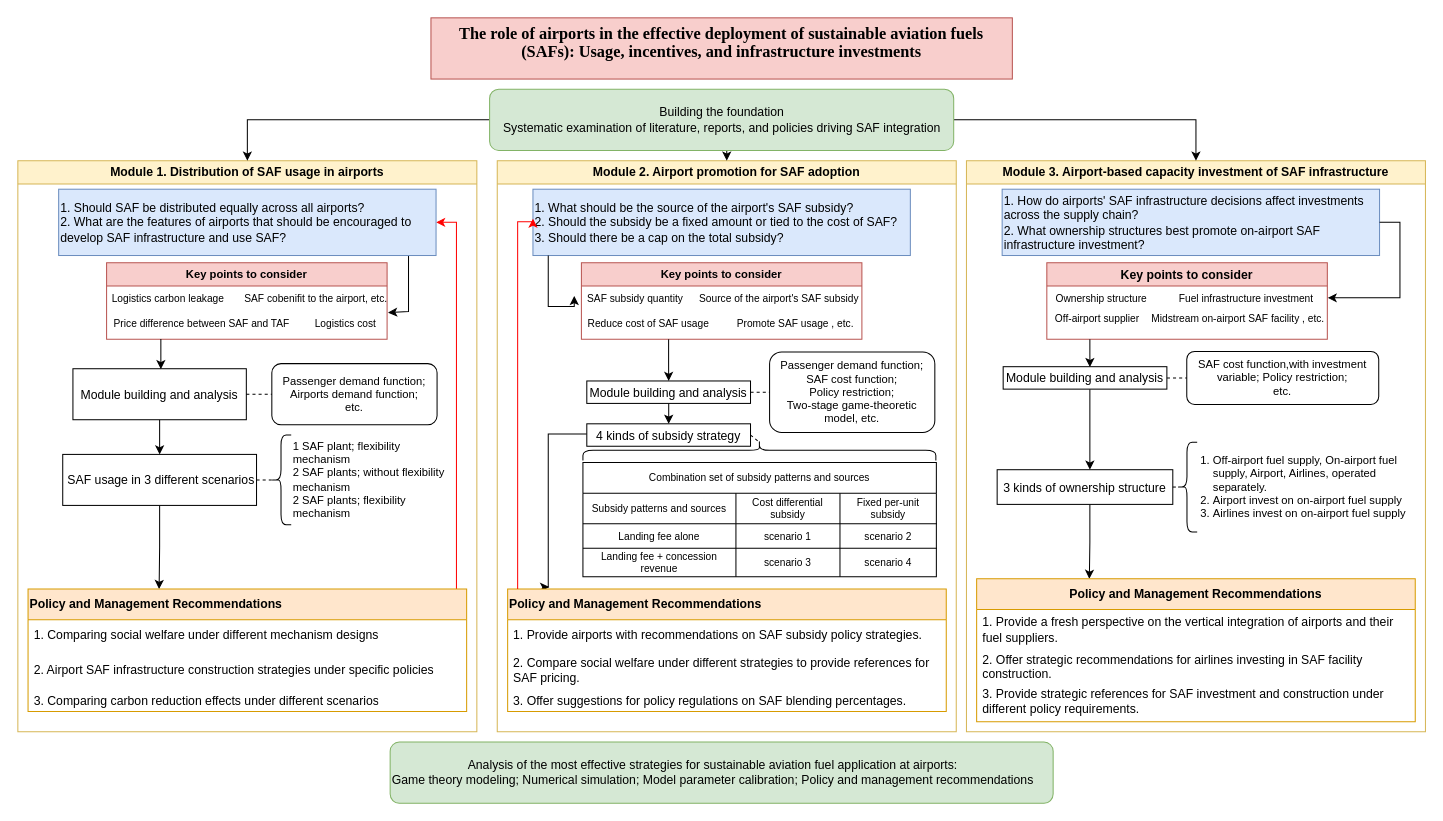
Above: 技术路线图.drawio in HengfeiMa95/paper-reading (draw.io), before the change. Source tidied: cells renumbered, new cells numbered last; positions are measured from the earlier drawing's top-left corner, leaving out a move shared by most shapes. Both pictures are drawn from the tidied source at 102%, with x=0, y=0 at pixel (17, 17).
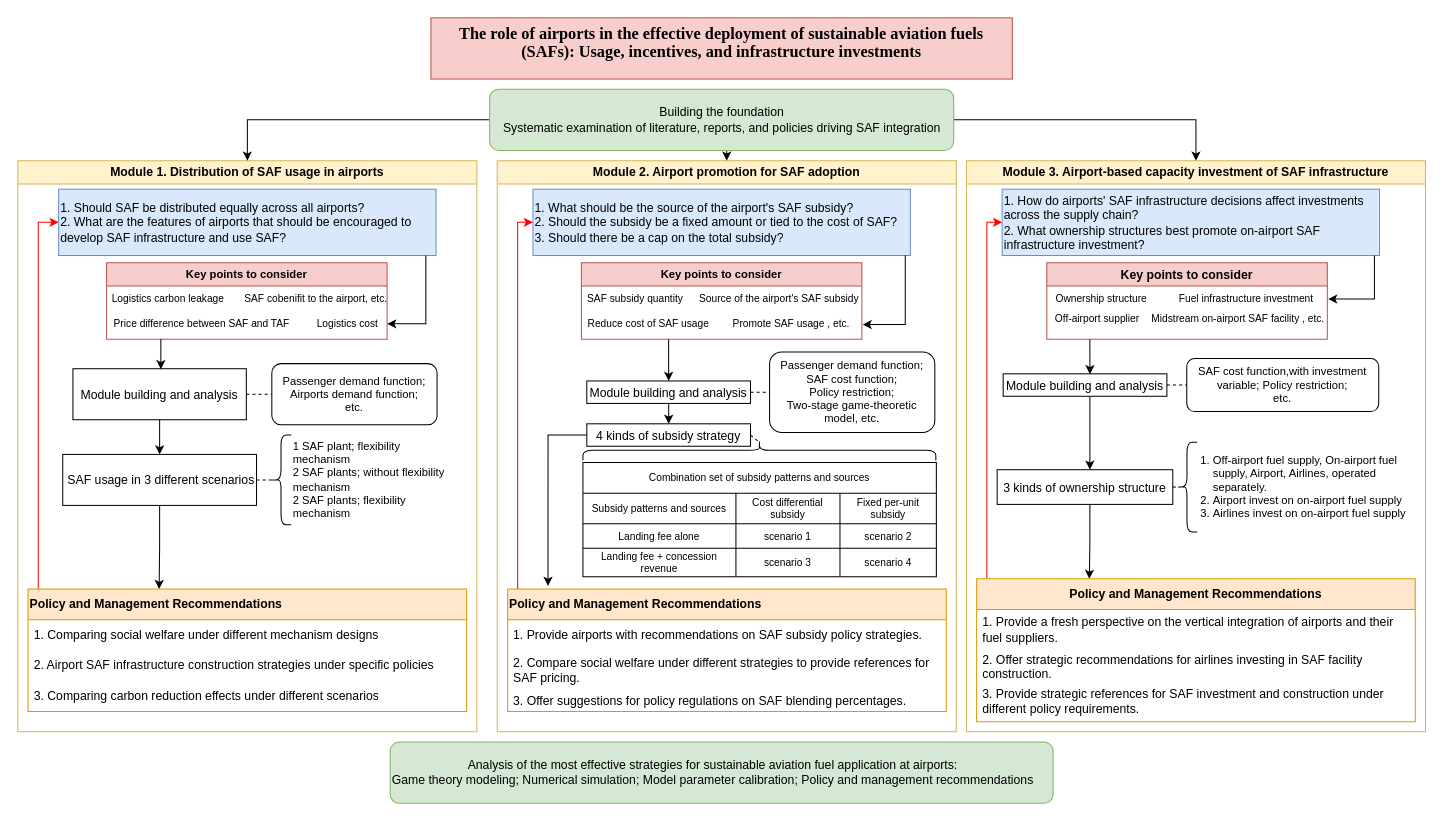
Above is the later version.

Commit message:
Update 技术路线图.drawio

Unchanged cells that the change refers to:
```xml
<mxCell id="2" value="Module 1. Distribution of SAF usage in airports" style="swimlane;whiteSpace=wrap;fillColor=#fff2cc;strokeColor=#d6b656;" parent="1" vertex="1">
  <mxGeometry y="140" width="450" height="560" as="geometry" />
</mxCell>
<mxCell id="12" value="&lt;span style=&quot;font-weight: 700; text-align: -webkit-center;&quot;&gt;Policy and Management Recommendations&lt;/span&gt;" style="swimlane;fontStyle=0;horizontal=1;startSize=30;whiteSpace=wrap;html=1;align=left;verticalAlign=middle;fontFamily=Helvetica;fontSize=12;fillColor=#ffe6cc;strokeColor=#d79b00;" parent="2" vertex="1">
  <mxGeometry x="10" y="420" width="430" height="120" as="geometry" />
</mxCell>
<mxCell id="17" value="1. Should SAF be distributed equally across all airports?&amp;nbsp;&lt;div&gt;&lt;span style=&quot;background-color: initial;&quot;&gt;2. What are the features of airports that should be encouraged to develop SAF infrastructure and use SAF?&lt;/span&gt;&lt;br&gt;&lt;/div&gt;" style="text;strokeColor=#6c8ebf;fillColor=#dae8fc;html=1;whiteSpace=wrap;verticalAlign=middle;overflow=hidden;" parent="2" vertex="1">
  <mxGeometry x="40" y="28" width="370" height="65" as="geometry" />
</mxCell>
<mxCell id="19" value="Key points to consider" style="swimlane;fillColor=#f8cecc;strokeColor=#b85450;fontSize=11;" parent="2" vertex="1">
  <mxGeometry x="87" y="100" width="275" height="75" as="geometry" />
</mxCell>
<mxCell id="25" value="Module 2. Airport promotion for SAF adoption" style="swimlane;whiteSpace=wrap;fillColor=#fff2cc;strokeColor=#d6b656;" parent="1" vertex="1">
  <mxGeometry x="470" y="140" width="450" height="560" as="geometry" />
</mxCell>
<mxCell id="26" value="1. What should be the source of the airport's SAF subsidy?&amp;nbsp;&lt;div&gt;2. Should the subsidy be a fixed amount or tied to the cost of SAF?&amp;nbsp;&lt;/div&gt;&lt;div&gt;3. Should there be a cap on the total subsidy?&lt;/div&gt;" style="text;strokeColor=#6c8ebf;fillColor=#dae8fc;html=1;whiteSpace=wrap;verticalAlign=middle;overflow=hidden;" parent="25" vertex="1">
  <mxGeometry x="35" y="28" width="370" height="65" as="geometry" />
</mxCell>
<mxCell id="30" value="4 kinds of subsidy strategy" parent="25" vertex="1">
  <mxGeometry x="87.8" y="258" width="160.5" height="22" as="geometry" />
</mxCell>
<mxCell id="48" value="&lt;span style=&quot;font-weight: 700; text-align: -webkit-center;&quot;&gt;Policy and Management Recommendations&lt;/span&gt;" style="swimlane;fontStyle=0;horizontal=1;startSize=30;whiteSpace=wrap;html=1;align=left;verticalAlign=middle;fontFamily=Helvetica;fontSize=12;fillColor=#ffe6cc;strokeColor=#d79b00;" parent="25" vertex="1">
  <mxGeometry x="10.2" y="420" width="430" height="120" as="geometry" />
</mxCell>
<mxCell id="52" value="Key points to consider" style="swimlane;fillColor=#f8cecc;strokeColor=#b85450;fontSize=11;" parent="25" vertex="1">
  <mxGeometry x="82.5" y="100" width="275" height="75" as="geometry" />
</mxCell>
<mxCell id="54" value="&lt;span style=&quot;font-size: 10px;&quot;&gt;SAF subsidy quantity&lt;/span&gt;" style="text;html=1;align=center;verticalAlign=middle;points=[];strokeColor=none;fillColor=none;fontSize=10;" parent="52" vertex="1">
  <mxGeometry x="-8" y="20" width="120" height="30" as="geometry" />
</mxCell>
<mxCell id="60" value="Module 3. Airport-based capacity investment of SAF infrastructure" style="swimlane;whiteSpace=wrap;fillColor=#fff2cc;strokeColor=#d6b656;" parent="1" vertex="1">
  <mxGeometry x="930" y="140" width="450" height="560" as="geometry" />
</mxCell>
<mxCell id="61" value="&lt;div&gt;1. How do airports' SAF infrastructure decisions affect investments across the supply chain?&lt;/div&gt;&lt;div&gt;2. What ownership structures best promote on-airport SAF infrastructure investment?&lt;/div&gt;" style="text;strokeColor=#6c8ebf;fillColor=#dae8fc;html=1;whiteSpace=wrap;verticalAlign=middle;overflow=hidden;" parent="60" vertex="1">
  <mxGeometry x="35" y="28" width="370" height="65" as="geometry" />
</mxCell>
<mxCell id="70" value="&lt;span style=&quot;font-weight: 700;&quot;&gt;Policy and Management Recommendations&lt;/span&gt;" style="swimlane;fontStyle=0;horizontal=1;startSize=30;whiteSpace=wrap;html=1;align=center;verticalAlign=middle;fontFamily=Helvetica;fontSize=12;fillColor=#ffe6cc;strokeColor=#d79b00;" parent="60" vertex="1">
  <mxGeometry x="10" y="410" width="430" height="140" as="geometry" />
</mxCell>
<mxCell id="75" value="Key points to consider" style="swimlane;fillColor=#f8cecc;strokeColor=#b85450;" parent="60" vertex="1">
  <mxGeometry x="78.8" y="100" width="275" height="75" as="geometry" />
</mxCell>
<mxCell id="77" value="&lt;font style=&quot;font-size: 10px;&quot;&gt;Fuel infrastructure investment&lt;/font&gt;" style="text;html=1;align=center;verticalAlign=middle;points=[];strokeColor=none;fillColor=none;fontSize=9;" parent="75" vertex="1">
  <mxGeometry x="115" y="20" width="160" height="30" as="geometry" />
</mxCell>
```

The edit, as a diff of the source:
```diff
@@
-    <mxCell id="11" style="edgeStyle=orthogonalEdgeStyle;rounded=0;jettySize=auto;html=1;entryX=1;entryY=0.5;entryDx=0;entryDy=0;strokeColor=#FF0000;" parent="2" edge="1" source="12" target="17">
+    <mxCell id="11" style="edgeStyle=orthogonalEdgeStyle;rounded=0;jettySize=auto;html=1;entryX=0;entryY=0.5;entryDx=0;entryDy=0;strokeColor=#FF0000;" parent="2" edge="1" source="12" target="17">
       <mxGeometry relative="1" as="geometry">
         <Array as="points">
-          <mxPoint x="430" y="61" />
+          <mxPoint x="20" y="60" />
         </Array>
       </mxGeometry>
     </mxCell>
@@
     <mxCell id="14" value="2. Airport SAF infrastructure construction strategies under specific policies" style="text;strokeColor=none;fillColor=none;align=left;verticalAlign=middle;spacingLeft=4;spacingRight=4;overflow=hidden;whiteSpace=wrap;html=1;fontFamily=Helvetica;fontSize=12;fontColor=default;" parent="12" vertex="1">
-      <mxGeometry y="60" width="430" height="40" as="geometry" />
+      <mxGeometry y="60" width="430" height="30" as="geometry" />
     </mxCell>
     <mxCell id="15" value="3. Comparing carbon reduction effects under different scenarios" style="text;strokeColor=none;fillColor=none;align=left;verticalAlign=middle;spacingLeft=4;spacingRight=4;overflow=hidden;whiteSpace=wrap;html=1;fontFamily=Helvetica;fontSize=12;fontColor=default;" parent="12" vertex="1">
-      <mxGeometry y="100" width="430" height="20" as="geometry" />
+      <mxGeometry y="90" width="430" height="30" as="geometry" />
     </mxCell>
-    <mxCell id="16" style="edgeStyle=orthogonalEdgeStyle;rounded=0;orthogonalLoop=1;jettySize=auto;html=1;entryX=1;entryY=0.5;entryDx=0;entryDy=0;" parent="2" edge="1">
-      <mxGeometry relative="1" as="geometry">
-        <mxPoint x="383" y="91" as="sourcePoint" />
-        <mxPoint x="363" y="149" as="targetPoint" />
-        <Array as="points">
-          <mxPoint x="383" y="148" />
-        </Array>
-      </mxGeometry>
-    </mxCell>
@@
     <mxCell id="22" value="Logistics cost" style="text;html=1;align=center;verticalAlign=middle;points=[];strokeColor=none;fillColor=none;fontSize=10;" parent="19" vertex="1">
-      <mxGeometry x="194" y="45" width="80" height="30" as="geometry" />
+      <mxGeometry x="196" y="45" width="80" height="30" as="geometry" />
     </mxCell>
@@
+    <mxCell id="88" style="edgeStyle=orthogonalEdgeStyle;rounded=0;jettySize=auto;html=1;entryX=0.988;entryY=0.5;entryDx=0;entryDy=0;entryPerimeter=0;" parent="2" edge="1" source="17" target="22">
+      <mxGeometry relative="1" as="geometry">
+        <Array as="points">
+          <mxPoint x="400" y="160" />
+        </Array>
+      </mxGeometry>
+    </mxCell>
@@
-    <mxCell id="29" style="edgeStyle=orthogonalEdgeStyle;rounded=0;jettySize=auto;html=1;entryX=0.095;entryY=-0.017;entryDx=0;entryDy=0;entryPerimeter=0;" parent="25" edge="1" target="48">
-      <mxGeometry relative="1" as="geometry">
-        <mxPoint x="87.8" y="268" as="sourcePoint" />
-        <Array as="points">
-          <mxPoint x="50" y="268" />
-        </Array>
-      </mxGeometry>
-    </mxCell>
@@
     <mxCell id="53" value="Promote SAF usage , etc." style="text;html=1;align=center;verticalAlign=middle;points=[];strokeColor=none;fillColor=none;fontSize=10;" parent="52" vertex="1">
-      <mxGeometry x="139" y="45" width="140" height="30" as="geometry" />
+      <mxGeometry x="135" y="45" width="140" height="30" as="geometry" />
     </mxCell>
@@
-    <mxCell id="58" style="edgeStyle=orthogonalEdgeStyle;rounded=0;jettySize=auto;html=1;entryX=0.008;entryY=0.421;entryDx=0;entryDy=0;entryPerimeter=0;" parent="25" edge="1" source="26" target="54">
-      <mxGeometry relative="1" as="geometry">
-        <Array as="points">
-          <mxPoint x="50" y="143" />
-        </Array>
-      </mxGeometry>
-    </mxCell>
-    <mxCell id="59" style="edgeStyle=orthogonalEdgeStyle;rounded=0;jettySize=auto;html=1;entryX=0;entryY=0.444;entryDx=0;entryDy=0;entryPerimeter=0;strokeColor=#FF0000;" parent="25" edge="1" source="48" target="26">
+    <mxCell id="59" style="edgeStyle=orthogonalEdgeStyle;rounded=0;jettySize=auto;html=1;entryX=0;entryY=0.5;entryDx=0;entryDy=0;strokeColor=#FF0000;" parent="25" edge="1" source="48" target="26">
       <mxGeometry relative="1" as="geometry">
         <Array as="points">
-          <mxPoint x="20" y="60" />
+          <mxPoint x="20" y="61" />
         </Array>
       </mxGeometry>
     </mxCell>
+    <mxCell id="89" style="edgeStyle=orthogonalEdgeStyle;rounded=0;jettySize=auto;html=1;entryX=0.092;entryY=-0.025;entryDx=0;entryDy=0;entryPerimeter=0;" parent="25" edge="1" source="30" target="48">
+      <mxGeometry relative="1" as="geometry">
+        <Array as="points">
+          <mxPoint x="50" y="269" />
+        </Array>
+      </mxGeometry>
+    </mxCell>
+    <mxCell id="90" style="edgeStyle=orthogonalEdgeStyle;rounded=0;jettySize=auto;html=1;entryX=1.005;entryY=0.524;entryDx=0;entryDy=0;entryPerimeter=0;" parent="25" edge="1" source="26" target="53">
+      <mxGeometry relative="1" as="geometry">
+        <Array as="points">
+          <mxPoint x="400" y="161" />
+        </Array>
+      </mxGeometry>
+    </mxCell>
@@
     <mxCell id="63" value="Module building and analysis" parent="60" vertex="1">
-      <mxGeometry x="36" y="202" width="160.5" height="22" as="geometry" />
+      <mxGeometry x="36" y="209" width="160.5" height="22" as="geometry" />
     </mxCell>
     <mxCell id="64" value="SAF cost function,with investment variable; Policy restriction;&lt;br style=&quot;font-size: 11px;&quot;&gt;etc." style="rounded=1;whiteSpace=wrap;html=1;fontSize=11;" parent="60" vertex="1">
-      <mxGeometry x="216" y="187" width="188.2" height="52" as="geometry" />
+      <mxGeometry x="216" y="194" width="188.2" height="52" as="geometry" />
     </mxCell>
@@
+    <mxCell id="91" style="edgeStyle=orthogonalEdgeStyle;rounded=0;jettySize=auto;html=1;entryX=0;entryY=0.5;entryDx=0;entryDy=0;strokeColor=#FF0000;" parent="60" edge="1" source="70" target="61">
+      <mxGeometry relative="1" as="geometry">
+        <Array as="points">
+          <mxPoint x="20" y="60" />
+        </Array>
+      </mxGeometry>
+    </mxCell>
@@
+    <mxCell id="81" style="edgeStyle=orthogonalEdgeStyle;rounded=0;jettySize=auto;html=1;entryX=0.53;entryY=0.017;entryDx=0;entryDy=0;entryPerimeter=0;" parent="60" edge="1" source="75" target="63">
+      <mxGeometry relative="1" as="geometry">
+        <Array as="points">
+          <mxPoint x="121" y="190" />
+          <mxPoint x="121" y="190" />
+        </Array>
+      </mxGeometry>
+    </mxCell>
-    <mxCell id="80" style="edgeStyle=orthogonalEdgeStyle;rounded=0;jettySize=auto;html=1;entryX=1.002;entryY=0.484;entryDx=0;entryDy=0;entryPerimeter=0;exitX=1;exitY=0.5;exitDx=0;exitDy=0;" parent="60" edge="1" source="61" target="77">
-      <mxGeometry relative="1" as="geometry" />
+    <mxCell id="80" style="edgeStyle=orthogonalEdgeStyle;rounded=0;jettySize=auto;html=1;entryX=1.005;entryY=0.524;entryDx=0;entryDy=0;entryPerimeter=0;" parent="60" edge="1" source="61" target="77">
+      <mxGeometry relative="1" as="geometry">
+        <Array as="points">
+          <mxPoint x="400" y="136" />
+        </Array>
+      </mxGeometry>
     </mxCell>
-    <mxCell id="81" style="edgeStyle=orthogonalEdgeStyle;rounded=0;jettySize=auto;html=1;entryX=0.53;entryY=0.017;entryDx=0;entryDy=0;entryPerimeter=0;" parent="60" edge="1" source="75" target="63">
-      <mxGeometry relative="1" as="geometry">
-        <Array as="points">
-          <mxPoint x="121" y="190" />
-          <mxPoint x="121" y="190" />
-        </Array>
-      </mxGeometry>
-    </mxCell>
```
